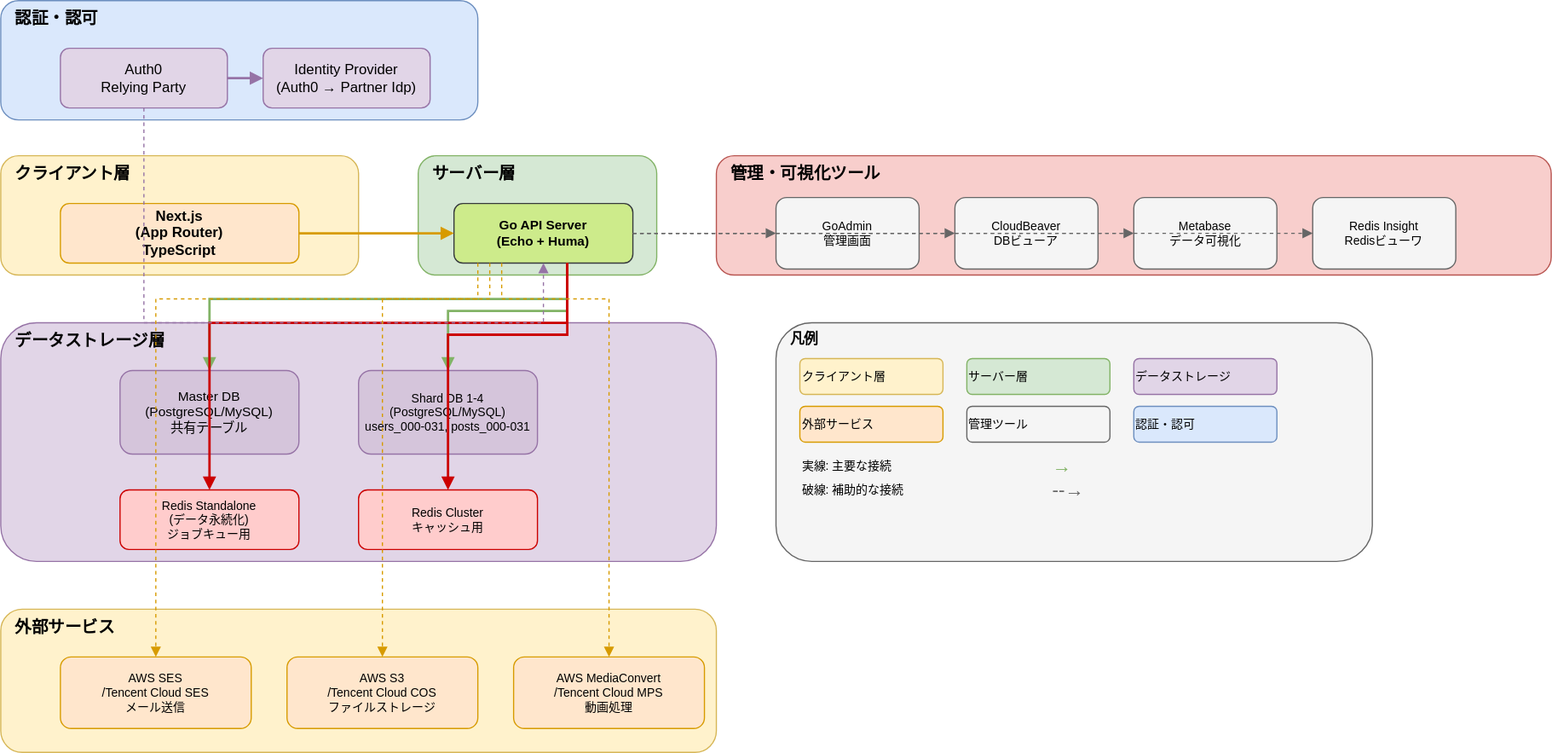
Above: docs/System-Configuration.drawio.svg in taku-o/go-webdb-template (draw.io), before the change. Source tidied: cells renumbered, new cells last; positions are measured from the earlier drawing's top-left corner, leaving out a move shared by most shapes.
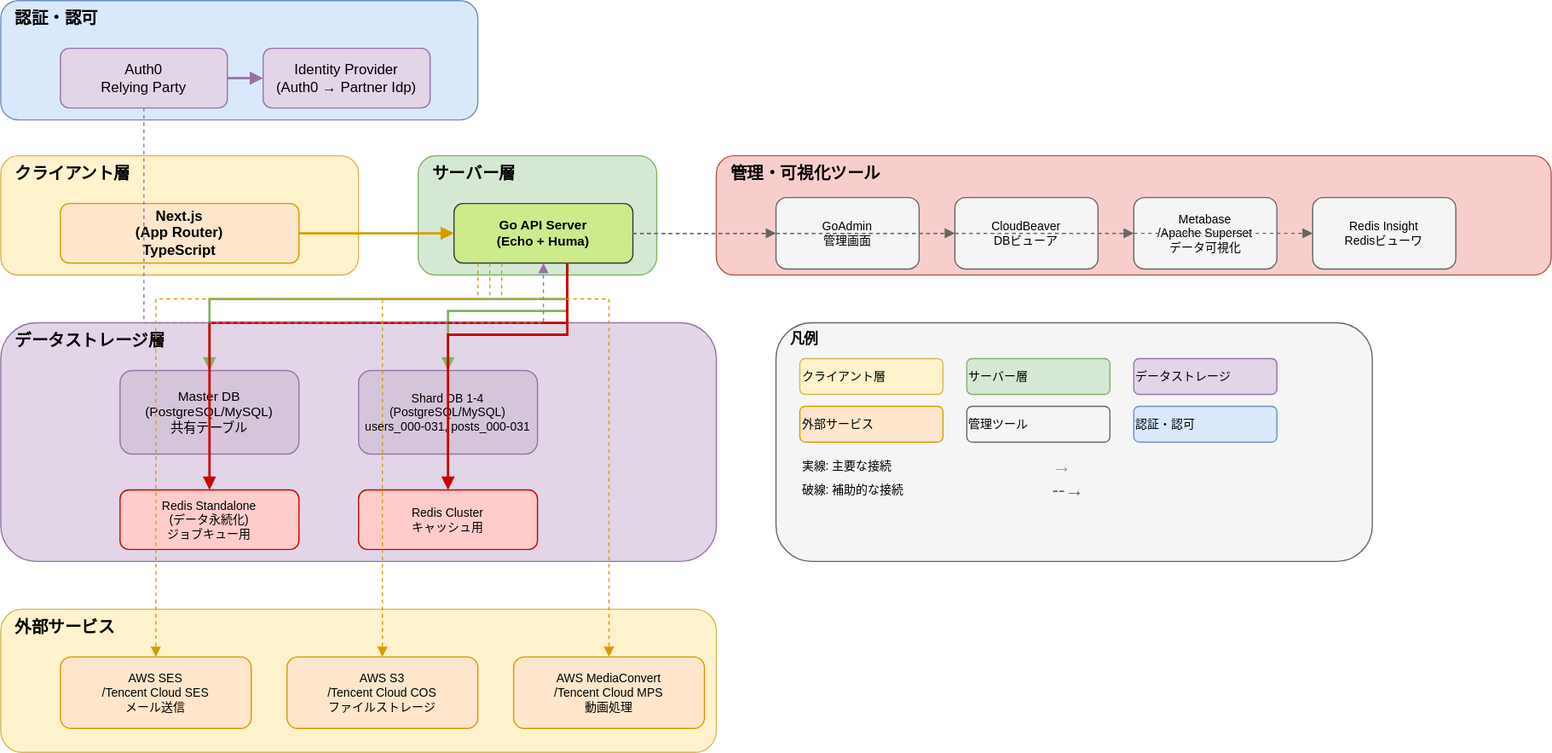
Later version of the same file.

Commit message:
feat: Apache Superset導入の実装 (Issue #81)

Diff of the diagram source:
```diff
@@ -38,7 +38,7 @@
     <mxCell id="13" value="CloudBeaver&#10;DBビューア" style="rounded=1;whiteSpace=wrap;html=1;fillColor=#f5f5f5;strokeColor=#666666;align=center;verticalAlign=middle;fontSize=10;" parent="1" vertex="1">
       <mxGeometry x="800" y="165" width="120" height="60" as="geometry" />
     </mxCell>
-    <mxCell id="14" value="Metabase&#10;データ可視化" style="rounded=1;whiteSpace=wrap;html=1;fillColor=#f5f5f5;strokeColor=#666666;align=center;verticalAlign=middle;fontSize=10;" parent="1" vertex="1">
+    <mxCell id="14" value="Metabase&lt;br&gt;/Apache Superset&lt;br&gt;データ可視化" style="rounded=1;whiteSpace=wrap;html=1;fillColor=#f5f5f5;strokeColor=#666666;align=center;verticalAlign=middle;fontSize=10;" parent="1" vertex="1">
       <mxGeometry x="950" y="165" width="120" height="60" as="geometry" />
     </mxCell>
     <mxCell id="15" value="Redis Insight&lt;br&gt;Redisビューワ" style="rounded=1;whiteSpace=wrap;html=1;fillColor=#f5f5f5;strokeColor=#666666;align=center;verticalAlign=middle;fontSize=10;" parent="1" vertex="1">
```
